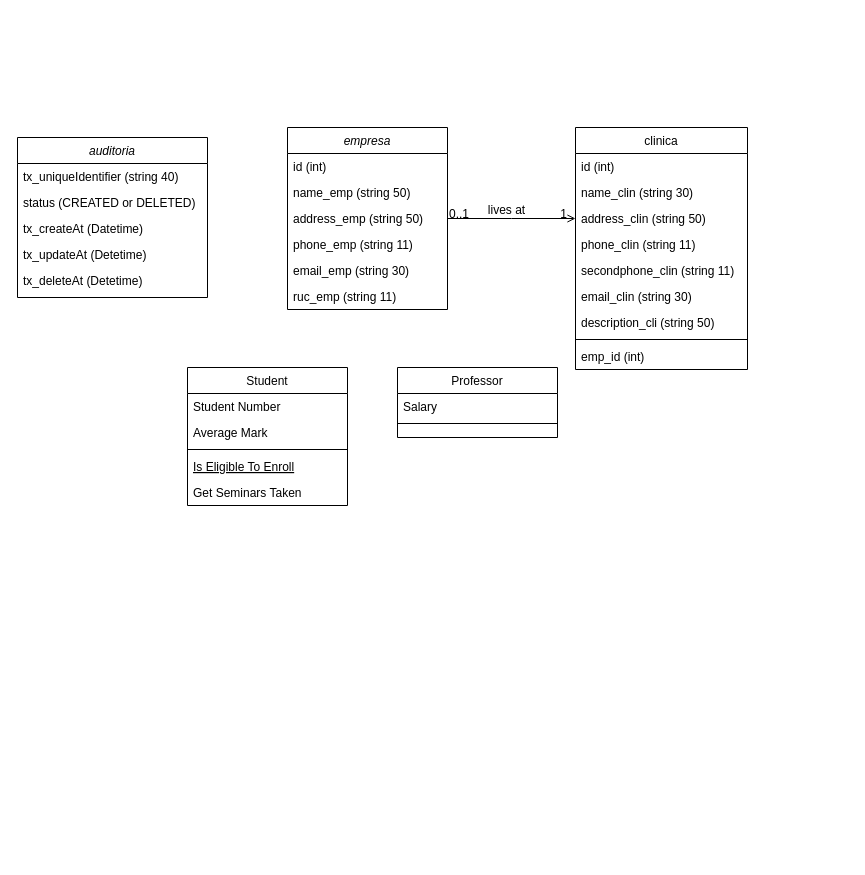
Above: dbvet.drawio in IsaacCRS17/BD-VET (draw.io), before the change. Source tidied: cells renumbered, new cells numbered last; positions are measured from the earlier drawing's top-left corner, leaving out a move shared by most shapes. Both pictures are drawn from the tidied source at 100%, with x=0, y=0 at pixel (17, 127).
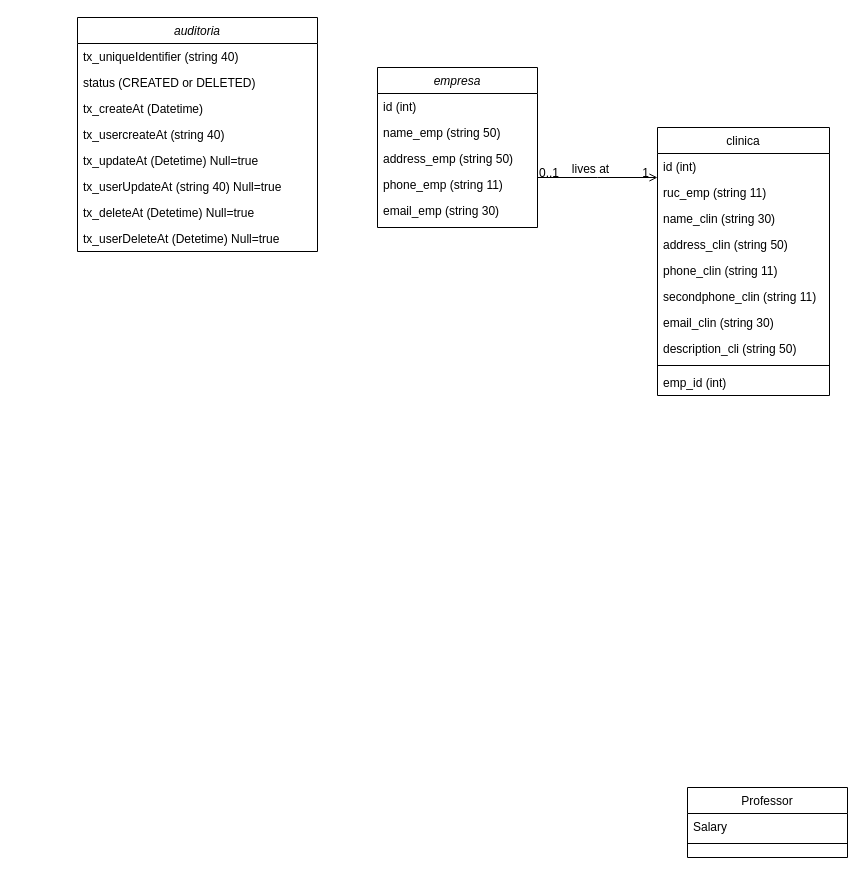
After the change.

The edit, as a diff of the source:
```diff
@@
     <mxCell id="2" value="empresa" style="swimlane;fontStyle=2;align=center;verticalAlign=top;horizontal=1;startSize=26;rounded=0;shadow=0;strokeWidth=1;" parent="1" vertex="1">
-      <mxGeometry x="270" width="160" height="182" as="geometry" />
+      <mxGeometry x="360" y="-60" width="160" height="160" as="geometry" />
     </mxCell>
@@
-    <mxCell id="8" value="ruc_emp (string 11)" style="text;align=left;verticalAlign=top;spacingLeft=4;spacingRight=4;overflow=hidden;rounded=0;shadow=0;html=0;" parent="2" vertex="1">
-      <mxGeometry y="156" width="160" height="26" as="geometry" />
-    </mxCell>
-    <mxCell id="9" value="Student" style="swimlane;fontStyle=0;align=center;verticalAlign=top;horizontal=1;startSize=26;rounded=0;shadow=0;strokeWidth=1;" parent="1" vertex="1">
-      <mxGeometry x="170" y="240" width="160" height="138" as="geometry" />
-    </mxCell>
-    <mxCell id="10" value="Student Number" style="text;align=left;verticalAlign=top;spacingLeft=4;spacingRight=4;overflow=hidden;" parent="9" vertex="1">
-      <mxGeometry y="26" width="160" height="26" as="geometry" />
-    </mxCell>
-    <mxCell id="11" value="Average Mark" style="text;align=left;verticalAlign=top;spacingLeft=4;spacingRight=4;overflow=hidden;rounded=0;shadow=0;html=0;" parent="9" vertex="1">
-      <mxGeometry y="52" width="160" height="26" as="geometry" />
-    </mxCell>
-    <mxCell id="12" style="line;html=1;strokeWidth=1;align=left;verticalAlign=middle;spacingTop=-1;spacingLeft=3;spacingRight=3;labelPosition=right;" parent="9" vertex="1">
-      <mxGeometry y="78" width="160" height="8" as="geometry" />
-    </mxCell>
-    <mxCell id="13" value="Is Eligible To Enroll" style="text;align=left;verticalAlign=top;spacingLeft=4;spacingRight=4;overflow=hidden;fontStyle=4;" parent="9" vertex="1">
-      <mxGeometry y="86" width="160" height="26" as="geometry" />
-    </mxCell>
-    <mxCell id="14" value="Get Seminars Taken" style="text;align=left;verticalAlign=top;spacingLeft=4;spacingRight=4;overflow=hidden;" parent="9" vertex="1">
-      <mxGeometry y="112" width="160" height="26" as="geometry" />
-    </mxCell>
     <mxCell id="15" value="Professor" style="swimlane;fontStyle=0;align=center;verticalAlign=top;horizontal=1;startSize=26;rounded=0;shadow=0;strokeWidth=1;" parent="1" vertex="1">
-      <mxGeometry x="380" y="240" width="160" height="70" as="geometry" />
+      <mxGeometry x="670" y="660" width="160" height="70" as="geometry" />
     </mxCell>
@@
     <mxCell id="18" value="clinica" style="swimlane;fontStyle=0;align=center;verticalAlign=top;horizontal=1;startSize=26;rounded=0;shadow=0;strokeWidth=1;" parent="1" vertex="1">
-      <mxGeometry x="558" width="172" height="242" as="geometry" />
+      <mxGeometry x="640" width="172" height="268" as="geometry" />
     </mxCell>
@@
+    <mxCell id="8" value="ruc_emp (string 11)" style="text;align=left;verticalAlign=top;spacingLeft=4;spacingRight=4;overflow=hidden;rounded=0;shadow=0;html=0;" parent="18" vertex="1">
+      <mxGeometry y="52" width="172" height="26" as="geometry" />
+    </mxCell>
     <mxCell id="20" value="name_clin (string 30)" style="text;align=left;verticalAlign=top;spacingLeft=4;spacingRight=4;overflow=hidden;rounded=0;shadow=0;html=0;" parent="18" vertex="1">
-      <mxGeometry y="52" width="172" height="26" as="geometry" />
+      <mxGeometry y="78" width="172" height="26" as="geometry" />
     </mxCell>
     <mxCell id="21" value="address_clin (string 50)" style="text;align=left;verticalAlign=top;spacingLeft=4;spacingRight=4;overflow=hidden;rounded=0;shadow=0;html=0;" parent="18" vertex="1">
-      <mxGeometry y="78" width="172" height="26" as="geometry" />
+      <mxGeometry y="104" width="172" height="26" as="geometry" />
     </mxCell>
     <mxCell id="22" value="phone_clin (string 11)" style="text;align=left;verticalAlign=top;spacingLeft=4;spacingRight=4;overflow=hidden;rounded=0;shadow=0;html=0;" parent="18" vertex="1">
-      <mxGeometry y="104" width="172" height="26" as="geometry" />
+      <mxGeometry y="130" width="172" height="26" as="geometry" />
     </mxCell>
     <mxCell id="23" value="secondphone_clin (string 11)" style="text;align=left;verticalAlign=top;spacingLeft=4;spacingRight=4;overflow=hidden;rounded=0;shadow=0;html=0;" parent="18" vertex="1">
-      <mxGeometry y="130" width="172" height="26" as="geometry" />
+      <mxGeometry y="156" width="172" height="26" as="geometry" />
     </mxCell>
     <mxCell id="24" value="email_clin (string 30)" style="text;align=left;verticalAlign=top;spacingLeft=4;spacingRight=4;overflow=hidden;rounded=0;shadow=0;html=0;" parent="18" vertex="1">
-      <mxGeometry y="156" width="172" height="26" as="geometry" />
+      <mxGeometry y="182" width="172" height="26" as="geometry" />
     </mxCell>
     <mxCell id="25" value="description_cli (string 50)" style="text;align=left;verticalAlign=top;spacingLeft=4;spacingRight=4;overflow=hidden;rounded=0;shadow=0;html=0;" parent="18" vertex="1">
-      <mxGeometry y="182" width="172" height="26" as="geometry" />
+      <mxGeometry y="208" width="172" height="26" as="geometry" />
     </mxCell>
     <mxCell id="26" style="line;html=1;strokeWidth=1;align=left;verticalAlign=middle;spacingTop=-1;spacingLeft=3;spacingRight=3;labelPosition=right;" parent="18" vertex="1">
-      <mxGeometry y="208" width="172" height="8" as="geometry" />
+      <mxGeometry y="234" width="172" height="8" as="geometry" />
     </mxCell>
     <mxCell id="27" value="emp_id (int)" style="text;align=left;verticalAlign=top;spacingLeft=4;spacingRight=4;overflow=hidden;" parent="18" vertex="1">
-      <mxGeometry y="216" width="172" height="26" as="geometry" />
+      <mxGeometry y="242" width="172" height="26" as="geometry" />
     </mxCell>
@@
     <mxCell id="32" value="auditoria" style="swimlane;fontStyle=2;align=center;verticalAlign=top;horizontal=1;startSize=26;rounded=0;shadow=0;strokeWidth=1;" parent="1" vertex="1">
-      <mxGeometry y="10" width="190" height="160" as="geometry" />
+      <mxGeometry x="60" y="-110" width="240" height="234" as="geometry" />
     </mxCell>
     <mxCell id="33" value="tx_uniqueIdentifier (string 40)" style="text;align=left;verticalAlign=top;spacingLeft=4;spacingRight=4;overflow=hidden;" parent="32" vertex="1">
-      <mxGeometry y="26" width="190" height="26" as="geometry" />
+      <mxGeometry y="26" width="240" height="26" as="geometry" />
     </mxCell>
     <mxCell id="34" value="status (CREATED or DELETED)" style="text;align=left;verticalAlign=top;spacingLeft=4;spacingRight=4;overflow=hidden;rounded=0;shadow=0;html=0;" parent="32" vertex="1">
-      <mxGeometry y="52" width="190" height="26" as="geometry" />
+      <mxGeometry y="52" width="240" height="26" as="geometry" />
     </mxCell>
     <mxCell id="35" value="tx_createAt (Datetime)" style="text;align=left;verticalAlign=top;spacingLeft=4;spacingRight=4;overflow=hidden;rounded=0;shadow=0;html=0;" parent="32" vertex="1">
-      <mxGeometry y="78" width="190" height="26" as="geometry" />
+      <mxGeometry y="78" width="240" height="26" as="geometry" />
     </mxCell>
+    <mxCell id="38" value="tx_usercreateAt (string 40)" style="text;align=left;verticalAlign=top;spacingLeft=4;spacingRight=4;overflow=hidden;rounded=0;shadow=0;html=0;" parent="32" vertex="1">
+      <mxGeometry y="104" width="240" height="26" as="geometry" />
+    </mxCell>
+    <mxCell id="39" value="tx_updateAt (Detetime) Null=true" style="text;align=left;verticalAlign=top;spacingLeft=4;spacingRight=4;overflow=hidden;rounded=0;shadow=0;html=0;" parent="32" vertex="1">
+      <mxGeometry y="130" width="240" height="26" as="geometry" />
+    </mxCell>
-    <mxCell id="36" value="tx_updateAt (Detetime)" style="text;align=left;verticalAlign=top;spacingLeft=4;spacingRight=4;overflow=hidden;rounded=0;shadow=0;html=0;" parent="32" vertex="1">
-      <mxGeometry y="104" width="190" height="26" as="geometry" />
+    <mxCell id="36" value="tx_userUpdateAt (string 40) Null=true" style="text;align=left;verticalAlign=top;spacingLeft=4;spacingRight=4;overflow=hidden;rounded=0;shadow=0;html=0;" parent="32" vertex="1">
+      <mxGeometry y="156" width="240" height="26" as="geometry" />
     </mxCell>
-    <mxCell id="37" value="tx_deleteAt (Detetime)" style="text;align=left;verticalAlign=top;spacingLeft=4;spacingRight=4;overflow=hidden;rounded=0;shadow=0;html=0;" parent="32" vertex="1">
-      <mxGeometry y="130" width="190" height="26" as="geometry" />
+    <mxCell id="37" value="tx_deleteAt (Detetime) Null=true" style="text;align=left;verticalAlign=top;spacingLeft=4;spacingRight=4;overflow=hidden;rounded=0;shadow=0;html=0;" parent="32" vertex="1">
+      <mxGeometry y="182" width="240" height="26" as="geometry" />
     </mxCell>
+    <mxCell id="40" value="tx_userDeleteAt (Detetime) Null=true" style="text;align=left;verticalAlign=top;spacingLeft=4;spacingRight=4;overflow=hidden;rounded=0;shadow=0;html=0;" parent="32" vertex="1">
+      <mxGeometry y="208" width="240" height="26" as="geometry" />
+    </mxCell>
```
